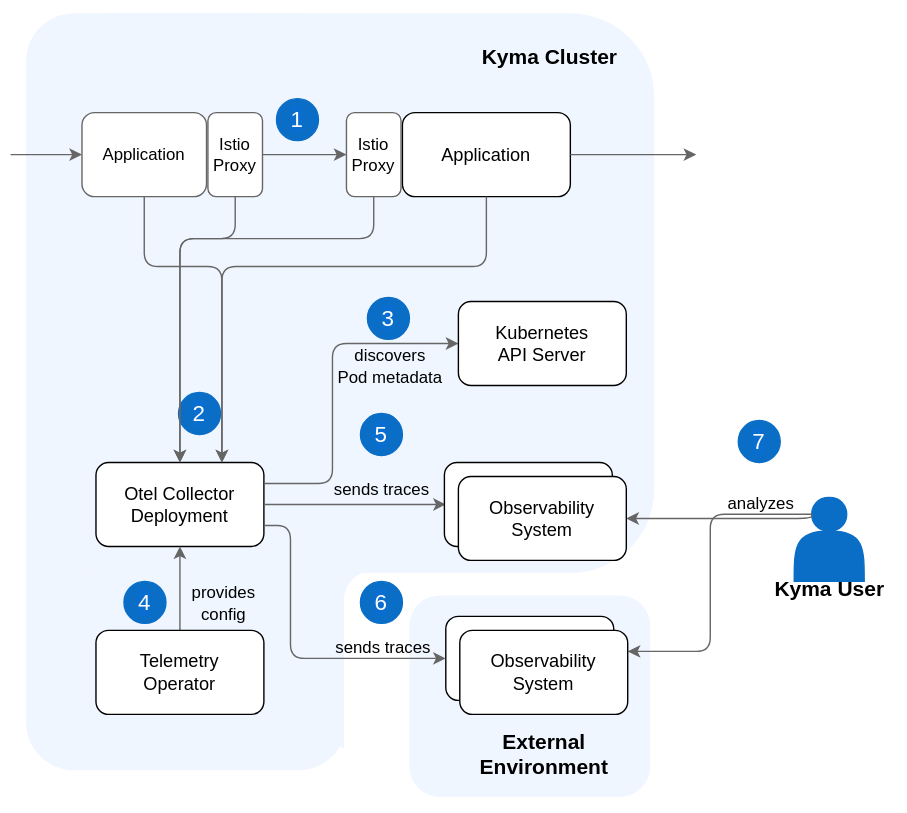
kyma-project/telemetry-manager keeps this draw.io diagram as docs/user/assets/tracing-arch.drawio.svg. Above is the earlier version. Source tidied: cells renumbered, new cells last; positions are measured from the earlier drawing's top-left corner, leaving out a move shared by most shapes.
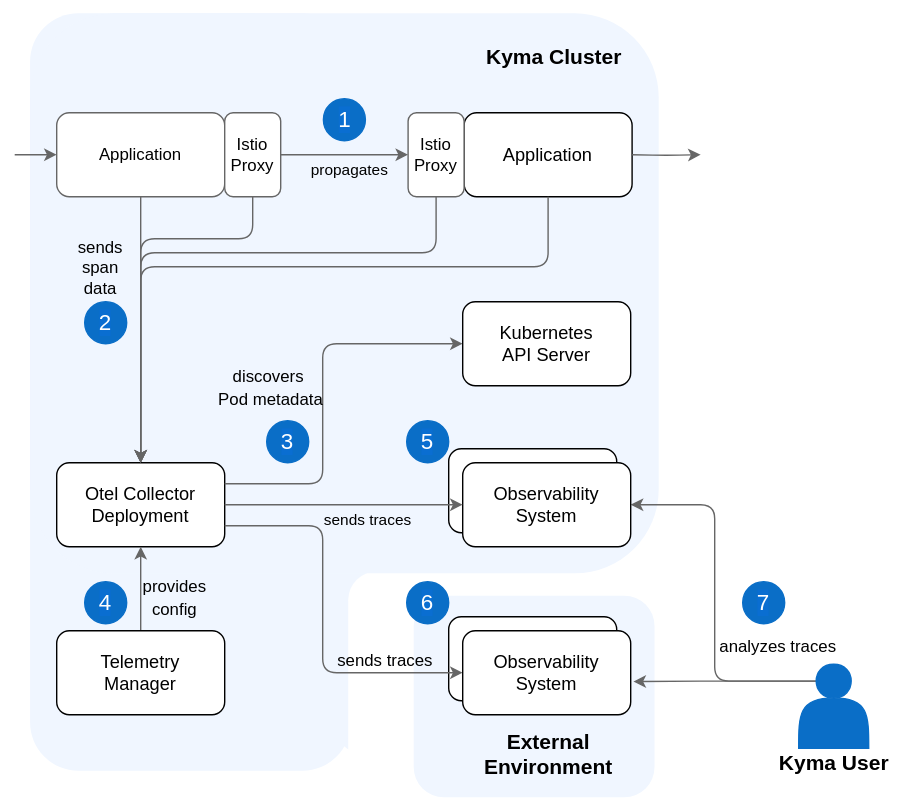
Later version of the same file.

Diff of the diagram source:
```diff
@@ -5,24 +5,21 @@
     <mxCell id="2" style="rounded=0;whiteSpace=wrap;html=1;strokeColor=none;fillColor=#FFFFFF;" parent="1" vertex="1">
-      <mxGeometry x="11" width="629" height="580" as="geometry" />
+      <mxGeometry x="-910" y="-400" width="650" height="580" as="geometry" />
     </mxCell>
     <mxCell id="3" style="rounded=1;whiteSpace=wrap;html=1;strokeColor=none;fillColor=#F0F6FF;" parent="1" vertex="1">
-      <mxGeometry x="230" y="402.5" width="118.7" height="135" as="geometry" />
+      <mxGeometry x="-670" y="2.5" width="118.7" height="135" as="geometry" />
     </mxCell>
     <mxCell id="4" style="rounded=1;whiteSpace=wrap;html=1;strokeColor=none;fillColor=#F0F6FF;" parent="1" vertex="1">
-      <mxGeometry x="11" y="9" width="229" height="541" as="geometry" />
+      <mxGeometry x="-889" y="-391" width="229" height="541" as="geometry" />
     </mxCell>
     <mxCell id="5" style="rounded=1;whiteSpace=wrap;html=1;strokeColor=none;" parent="1" vertex="1">
-      <mxGeometry x="238.2" y="407.5" width="138.3" height="150" as="geometry" />
+      <mxGeometry x="-661.8" y="7.5" width="138.3" height="150" as="geometry" />
     </mxCell>
     <mxCell id="6" style="rounded=1;whiteSpace=wrap;html=1;strokeColor=none;fillColor=#F0F6FF;" parent="1" vertex="1">
-      <mxGeometry x="11" y="9" width="449" height="400" as="geometry" />
+      <mxGeometry x="-889" y="-391" width="449" height="400" as="geometry" />
     </mxCell>
-    <mxCell id="7" value="Application" style="rounded=1;whiteSpace=wrap;html=1;fillColor=#ffffff;gradientColor=none;strokeColor=#666666;" parent="1" vertex="1">
-      <mxGeometry x="51" y="80" width="89" height="60" as="geometry" />
-    </mxCell>
     <mxCell id="8" value="Application" style="rounded=1;whiteSpace=wrap;html=1;fontSize=13;" parent="1" vertex="1">
-      <mxGeometry x="280" y="80" width="120" height="60" as="geometry" />
+      <mxGeometry x="-579" y="-320" width="120" height="60" as="geometry" />
     </mxCell>
     <mxCell id="9" value="Otel Collector&lt;br&gt;Deployment" style="rounded=1;whiteSpace=wrap;html=1;fontSize=13;" parent="1" vertex="1">
-      <mxGeometry x="61" y="330" width="120" height="60" as="geometry" />
+      <mxGeometry x="-870" y="-70" width="120" height="60" as="geometry" />
     </mxCell>
@@ -31,4 +28,4 @@
         <Array as="points">
-          <mxPoint x="230" y="345" />
-          <mxPoint x="230" y="245" />
+          <mxPoint x="-680" y="-55" />
+          <mxPoint x="-680" y="-155" />
         </Array>
@@ -36,5 +33,5 @@
     </mxCell>
-    <mxCell id="11" value="&lt;font style=&quot;font-size: 12px&quot;&gt;discovers&lt;br&gt;Pod metadata&lt;/font&gt;" style="text;html=1;align=center;verticalAlign=middle;labelBackgroundColor=none;fontSize=13;" parent="10" vertex="1">
+    <mxCell id="11" value="&lt;font style=&quot;font-size: 12px&quot;&gt;discovers&lt;br&gt;&amp;nbsp;Pod metadata&lt;/font&gt;" style="text;html=1;align=center;verticalAlign=middle;labelBackgroundColor=none;fontSize=13;" parent="10" vertex="1">
       <mxGeometry x="-0.24" y="2" relative="1" as="geometry">
-        <mxPoint x="42" y="-43" as="offset" />
+        <mxPoint x="-38" y="-37" as="offset" />
       </mxGeometry>
@@ -42,18 +39,4 @@
     <mxCell id="12" value="&lt;font style=&quot;font-size: 16px&quot;&gt;2&lt;/font&gt;" style="ellipse;whiteSpace=wrap;html=1;labelBackgroundColor=#0A6ED1;fontColor=#FFFFFF;fillColor=#0A6EC7;strokeColor=#0A6EC7;" parent="1" vertex="1">
-      <mxGeometry x="120" y="280" width="30" height="30" as="geometry" />
+      <mxGeometry x="-850" y="-185" width="30" height="30" as="geometry" />
     </mxCell>
-    <mxCell id="13" value="&lt;font style=&quot;font-size: 16px&quot;&gt;5&lt;/font&gt;" style="ellipse;whiteSpace=wrap;html=1;labelBackgroundColor=#0A6ED1;fontColor=#FFFFFF;fillColor=#0A6EC7;strokeColor=#0A6EC7;" parent="1" vertex="1">
-      <mxGeometry x="250" y="295" width="30" height="30" as="geometry" />
-    </mxCell>
-    <mxCell id="14" value="sends traces&amp;nbsp;" style="text;html=1;align=center;verticalAlign=middle;strokeColor=none;" parent="1" vertex="1">
-      <mxGeometry x="220" y="340" width="90" height="20" as="geometry" />
-    </mxCell>
-    <mxCell id="15" style="edgeStyle=orthogonalEdgeStyle;rounded=1;jettySize=auto;html=1;startArrow=none;startFill=0;endArrow=classic;endFill=1;strokeColor=#666666;exitX=1;exitY=0.5;exitDx=0;exitDy=0;entryX=0;entryY=0.5;entryDx=0;entryDy=0;" parent="1" edge="1" source="9">
-      <mxGeometry relative="1" as="geometry">
-        <mxPoint x="311" y="360" as="targetPoint" />
-        <Array as="points">
-          <mxPoint x="311" y="360" />
-        </Array>
-      </mxGeometry>
-    </mxCell>
     <mxCell id="16" style="edgeStyle=orthogonalEdgeStyle;rounded=1;jettySize=auto;html=1;startArrow=none;startFill=0;endArrow=classic;endFill=1;exitX=0.5;exitY=0;exitDx=0;exitDy=0;strokeColor=#666666;entryX=0.5;entryY=1;entryDx=0;entryDy=0;" parent="1" edge="1" source="23" target="9">
@@ -63,10 +46,10 @@
       <mxGeometry x="-0.24" y="2" relative="1" as="geometry">
-        <mxPoint x="32" y="2" as="offset" />
+        <mxPoint x="25" y="-2" as="offset" />
       </mxGeometry>
     </mxCell>
-    <mxCell id="18" style="edgeStyle=orthogonalEdgeStyle;rounded=1;jettySize=auto;html=1;startArrow=none;startFill=0;endArrow=classic;endFill=1;strokeColor=#666666;entryX=0.75;entryY=0;entryDx=0;entryDy=0;exitX=0.5;exitY=1;exitDx=0;exitDy=0;" parent="1" edge="1" source="8" target="9">
+    <mxCell id="18" style="edgeStyle=orthogonalEdgeStyle;rounded=1;jettySize=auto;html=1;startArrow=none;startFill=0;endArrow=classic;endFill=1;strokeColor=#666666;entryX=0.5;entryY=0;entryDx=0;entryDy=0;exitX=0.5;exitY=1;exitDx=0;exitDy=0;" parent="1" edge="1" source="8" target="9">
       <mxGeometry relative="1" as="geometry">
         <Array as="points">
-          <mxPoint x="340" y="190" />
-          <mxPoint x="151" y="190" />
+          <mxPoint x="-519" y="-210" />
+          <mxPoint x="-810" y="-210" />
         </Array>
@@ -74,52 +57,42 @@
     </mxCell>
+    <mxCell id="48" value="&lt;font style=&quot;font-size: 12px;&quot;&gt;sends&lt;br&gt;span&lt;br&gt;data&lt;/font&gt;" style="edgeLabel;html=1;align=center;verticalAlign=middle;labelBackgroundColor=none;" parent="18" vertex="1">
+      <mxGeometry x="0.17" y="-2" relative="1" as="geometry">
+        <mxPoint x="-89" y="2" as="offset" />
+      </mxGeometry>
+    </mxCell>
     <mxCell id="19" value="Kubernetes&lt;br&gt;API Server" style="rounded=1;whiteSpace=wrap;html=1;fontSize=13;" parent="1" vertex="1">
-      <mxGeometry x="320" y="215" width="120" height="60" as="geometry" />
+      <mxGeometry x="-580" y="-185" width="120" height="60" as="geometry" />
     </mxCell>
     <mxCell id="20" value="&lt;font style=&quot;font-size: 16px&quot;&gt;3&lt;/font&gt;" style="ellipse;whiteSpace=wrap;html=1;labelBackgroundColor=#0A6ED1;fontColor=#FFFFFF;fillColor=#0A6EC7;strokeColor=#0A6EC7;" parent="1" vertex="1">
-      <mxGeometry x="255" y="212" width="30" height="30" as="geometry" />
+      <mxGeometry x="-720" y="-100" width="30" height="30" as="geometry" />
     </mxCell>
-    <mxCell id="21" style="shape=actor;whiteSpace=wrap;html=1;fillColor=#0A6EC7;strokeColor=#0A6EC7;" parent="1" vertex="1">
-      <mxGeometry x="560" y="355" width="50" height="60" as="geometry" />
-    </mxCell>
-    <mxCell id="22" value="&lt;font style=&quot;font-size: 15px&quot;&gt;&lt;b&gt;Kyma User&lt;/b&gt;&lt;/font&gt;" style="text;html=1;align=center;verticalAlign=middle;fontSize=15;" parent="1" vertex="1">
-      <mxGeometry x="540" y="410" width="90" height="20" as="geometry" />
-    </mxCell>
-    <mxCell id="23" value="Telemetry&lt;br&gt;Operator" style="rounded=1;whiteSpace=wrap;html=1;fontSize=13;" parent="1" vertex="1">
-      <mxGeometry x="61" y="450" width="120" height="60" as="geometry" />
+    <mxCell id="23" value="Telemetry&lt;br&gt;Manager" style="rounded=1;whiteSpace=wrap;html=1;fontSize=13;" parent="1" vertex="1">
+      <mxGeometry x="-870" y="50" width="120" height="60" as="geometry" />
     </mxCell>
     <mxCell id="24" value="&lt;font style=&quot;font-size: 16px&quot;&gt;4&lt;/font&gt;" style="ellipse;whiteSpace=wrap;html=1;labelBackgroundColor=#0A6ED1;fontColor=#FFFFFF;fillColor=#0A6EC7;strokeColor=#0A6EC7;" parent="1" vertex="1">
-      <mxGeometry x="81" y="415" width="30" height="30" as="geometry" />
+      <mxGeometry x="-850" y="15" width="30" height="30" as="geometry" />
     </mxCell>
-    <mxCell id="25" value="&lt;font style=&quot;font-size: 16px&quot;&gt;6&lt;/font&gt;" style="ellipse;whiteSpace=wrap;html=1;labelBackgroundColor=#0A6ED1;fontColor=#FFFFFF;fillColor=#0A6EC7;strokeColor=#0A6EC7;" parent="1" vertex="1">
-      <mxGeometry x="250" y="415" width="30" height="30" as="geometry" />
-    </mxCell>
     <mxCell id="26" style="rounded=1;whiteSpace=wrap;html=1;strokeColor=none;fillColor=#F0F6FF;" parent="1" vertex="1">
-      <mxGeometry x="285" y="425" width="172" height="144" as="geometry" />
+      <mxGeometry x="-615" y="25" width="172" height="144" as="geometry" />
     </mxCell>
     <mxCell id="27" value="Observability&lt;br&gt;System" style="rounded=1;whiteSpace=wrap;html=1;fontSize=13;" parent="1" vertex="1">
-      <mxGeometry x="311" y="440" width="120" height="60" as="geometry" />
+      <mxGeometry x="-590" y="40" width="120" height="60" as="geometry" />
     </mxCell>
-    <mxCell id="28" style="edgeStyle=orthogonalEdgeStyle;rounded=1;jettySize=auto;html=1;strokeColor=#666666;entryX=1;entryY=0.25;entryDx=0;entryDy=0;exitX=0.25;exitY=0.2;exitDx=0;exitDy=0;exitPerimeter=0;" parent="1" edge="1" source="21" target="36">
-      <mxGeometry relative="1" as="geometry">
-        <Array as="points">
-          <mxPoint x="500" y="367" />
-          <mxPoint x="500" y="465" />
-        </Array>
-      </mxGeometry>
+    <mxCell id="28" style="edgeStyle=orthogonalEdgeStyle;rounded=1;jettySize=auto;html=1;strokeColor=#666666;entryX=1.016;entryY=0.605;entryDx=0;entryDy=0;exitX=0.25;exitY=0.2;exitDx=0;exitDy=0;exitPerimeter=0;entryPerimeter=0;" parent="1" edge="1" source="21" target="36">
+      <mxGeometry relative="1" as="geometry" />
     </mxCell>
     <mxCell id="29" value="&lt;font style=&quot;font-size: 15px&quot;&gt;&lt;b&gt;Kyma Cluster&lt;/b&gt;&lt;/font&gt;" style="text;html=1;align=center;verticalAlign=middle;" parent="1" vertex="1">
-      <mxGeometry x="330" y="30" width="110" height="20" as="geometry" />
+      <mxGeometry x="-570" y="-370" width="110" height="20" as="geometry" />
     </mxCell>
     <mxCell id="30" value="&lt;font style=&quot;font-size: 15px&quot;&gt;&lt;b&gt;External&lt;br&gt;Environment&lt;/b&gt;&lt;/font&gt;" style="text;html=1;align=center;verticalAlign=middle;" parent="1" vertex="1">
-      <mxGeometry x="326" y="517.5" width="110" height="40" as="geometry" />
+      <mxGeometry x="-574" y="117.5" width="110" height="40" as="geometry" />
     </mxCell>
     <mxCell id="31" value="&lt;font style=&quot;font-size: 16px&quot;&gt;7&lt;/font&gt;" style="ellipse;whiteSpace=wrap;html=1;labelBackgroundColor=#0A6ED1;fontColor=#FFFFFF;fillColor=#0A6EC7;strokeColor=#0A6EC7;" parent="1" vertex="1">
-      <mxGeometry x="520" y="300" width="30" height="30" as="geometry" />
+      <mxGeometry x="-380" y="15" width="30" height="30" as="geometry" />
     </mxCell>
-    <mxCell id="32" style="edgeStyle=orthogonalEdgeStyle;rounded=1;jettySize=auto;html=1;startArrow=none;startFill=0;endArrow=classic;endFill=1;exitX=1;exitY=0.75;exitDx=0;exitDy=0;strokeColor=#666666;entryX=0;entryY=0.5;entryDx=0;entryDy=0;" parent="1" edge="1" target="27">
+    <mxCell id="32" style="edgeStyle=orthogonalEdgeStyle;rounded=1;jettySize=auto;html=1;startArrow=none;startFill=0;endArrow=classic;endFill=1;exitX=1;exitY=0.75;exitDx=0;exitDy=0;strokeColor=#666666;entryX=0;entryY=0.5;entryDx=0;entryDy=0;" parent="1" edge="1" source="9" target="36">
       <mxGeometry relative="1" as="geometry">
-        <mxPoint x="181" y="375" as="sourcePoint" />
         <Array as="points">
-          <mxPoint x="200" y="375" />
-          <mxPoint x="200" y="470" />
+          <mxPoint x="-680" y="-25" />
+          <mxPoint x="-680" y="80" />
         </Array>
@@ -129,3 +102,3 @@
       <mxGeometry x="-0.24" y="2" relative="1" as="geometry">
-        <mxPoint x="63" y="19" as="offset" />
+        <mxPoint x="43" y="60" as="offset" />
       </mxGeometry>
@@ -135,3 +108,4 @@
         <Array as="points">
-          <mxPoint x="573" y="370" />
+          <mxPoint x="-400" y="86" />
+          <mxPoint x="-400" y="-40" />
         </Array>
@@ -139,5 +113,5 @@
     </mxCell>
-    <mxCell id="35" value="&lt;span style=&quot;font-size: 12px;&quot;&gt;analyzes&lt;/span&gt;" style="text;html=1;align=center;verticalAlign=middle;labelBackgroundColor=none;fontSize=13;" parent="34" vertex="1">
+    <mxCell id="35" value="&lt;span style=&quot;font-size: 12px;&quot;&gt;analyzes traces&lt;/span&gt;" style="text;html=1;align=center;verticalAlign=middle;labelBackgroundColor=none;fontSize=13;" parent="34" vertex="1">
       <mxGeometry x="-0.24" y="2" relative="1" as="geometry">
-        <mxPoint x="12" y="-14" as="offset" />
+        <mxPoint x="46" y="1" as="offset" />
       </mxGeometry>
@@ -145,9 +119,9 @@
     <mxCell id="36" value="Observability&lt;br&gt;System" style="rounded=1;whiteSpace=wrap;html=1;fontSize=13;" parent="1" vertex="1">
-      <mxGeometry x="321" y="450" width="120" height="60" as="geometry" />
+      <mxGeometry x="-580" y="50" width="120" height="60" as="geometry" />
     </mxCell>
     <mxCell id="37" value="Observability&lt;br&gt;System" style="rounded=1;whiteSpace=wrap;html=1;fontSize=13;" parent="1" vertex="1">
-      <mxGeometry x="310" y="330" width="120" height="60" as="geometry" />
+      <mxGeometry x="-590" y="-80" width="120" height="60" as="geometry" />
     </mxCell>
     <mxCell id="38" value="Observability&lt;br&gt;System" style="rounded=1;whiteSpace=wrap;html=1;fontSize=13;" parent="1" vertex="1">
-      <mxGeometry x="320" y="340" width="120" height="60" as="geometry" />
+      <mxGeometry x="-580" y="-70" width="120" height="60" as="geometry" />
     </mxCell>
@@ -155,28 +129,26 @@
       <mxGeometry relative="1" as="geometry">
-        <mxPoint y="110" as="targetPoint" />
+        <mxPoint x="-900" y="-290" as="targetPoint" />
       </mxGeometry>
     </mxCell>
-    <mxCell id="40" value="Istio&lt;br&gt;Proxy" style="rounded=1;whiteSpace=wrap;html=1;fillColor=#ffffff;gradientColor=none;strokeColor=#666666;" parent="1" vertex="1">
-      <mxGeometry x="141" y="80" width="39" height="60" as="geometry" />
-    </mxCell>
     <mxCell id="41" value="Istio&lt;br&gt;Proxy" style="rounded=1;whiteSpace=wrap;html=1;fillColor=#ffffff;gradientColor=none;strokeColor=#666666;" parent="1" vertex="1">
-      <mxGeometry x="240" y="80" width="39" height="60" as="geometry" />
+      <mxGeometry x="-619" y="-320" width="40" height="60" as="geometry" />
     </mxCell>
-    <mxCell id="42" style="edgeStyle=orthogonalEdgeStyle;rounded=1;jettySize=auto;html=1;startArrow=classic;startFill=1;endArrow=none;endFill=0;strokeColor=#666666;exitX=0;exitY=0.5;exitDx=0;exitDy=0;" parent="1" edge="1" source="41">
-      <mxGeometry relative="1" as="geometry">
-        <mxPoint x="180" y="110" as="targetPoint" />
-      </mxGeometry>
+    <mxCell id="42" style="edgeStyle=orthogonalEdgeStyle;rounded=1;jettySize=auto;html=1;startArrow=classic;startFill=1;endArrow=none;endFill=0;strokeColor=#666666;exitX=0;exitY=0.5;exitDx=0;exitDy=0;entryX=1;entryY=0.5;entryDx=0;entryDy=0;" parent="1" edge="1" source="41" target="40">
+      <mxGeometry relative="1" as="geometry" />
     </mxCell>
+    <mxCell id="49" value="propagates" style="edgeLabel;html=1;align=center;verticalAlign=middle;labelBackgroundColor=none;" parent="42" vertex="1">
+      <mxGeometry x="-0.07" relative="1" as="geometry">
+        <mxPoint x="-1" y="10" as="offset" />
+      </mxGeometry>
+    </mxCell>
     <mxCell id="43" style="edgeStyle=orthogonalEdgeStyle;rounded=1;jettySize=auto;html=1;startArrow=classic;startFill=1;endArrow=none;endFill=0;strokeColor=#666666;entryX=1;entryY=0.5;entryDx=0;entryDy=0;" parent="1" edge="1" target="8">
       <mxGeometry relative="1" as="geometry">
-        <mxPoint x="490" y="110" as="sourcePoint" />
+        <mxPoint x="-410" y="-290" as="sourcePoint" />
       </mxGeometry>
     </mxCell>
-    <mxCell id="44" style="edgeStyle=orthogonalEdgeStyle;rounded=1;jettySize=auto;html=1;startArrow=none;startFill=0;endArrow=classic;endFill=1;strokeColor=#666666;exitX=0.5;exitY=1;exitDx=0;exitDy=0;" parent="1" edge="1" source="41">
+    <mxCell id="44" style="edgeStyle=orthogonalEdgeStyle;rounded=1;jettySize=auto;html=1;startArrow=none;startFill=0;endArrow=classic;endFill=1;strokeColor=#666666;exitX=0.5;exitY=1;exitDx=0;exitDy=0;entryX=0.5;entryY=0;entryDx=0;entryDy=0;" parent="1" edge="1" source="41" target="9">
       <mxGeometry relative="1" as="geometry">
-        <mxPoint x="121" y="330" as="targetPoint" />
         <Array as="points">
-          <mxPoint x="260" y="170" />
-          <mxPoint x="121" y="170" />
-          <mxPoint x="121" y="330" />
+          <mxPoint x="-599" y="-220" />
+          <mxPoint x="-810" y="-220" />
         </Array>
@@ -187,4 +159,4 @@
         <Array as="points">
-          <mxPoint x="161" y="170" />
-          <mxPoint x="121" y="170" />
+          <mxPoint x="-730" y="-230" />
+          <mxPoint x="-810" y="-230" />
         </Array>
@@ -192,7 +164,7 @@
     </mxCell>
-    <mxCell id="46" style="edgeStyle=orthogonalEdgeStyle;rounded=1;jettySize=auto;html=1;startArrow=none;startFill=0;endArrow=classic;endFill=1;strokeColor=#666666;entryX=0.75;entryY=0;entryDx=0;entryDy=0;exitX=0.5;exitY=1;exitDx=0;exitDy=0;" parent="1" edge="1" source="7" target="9">
+    <mxCell id="46" style="edgeStyle=orthogonalEdgeStyle;rounded=1;jettySize=auto;html=1;startArrow=none;startFill=0;endArrow=classic;endFill=1;strokeColor=#666666;entryX=0.5;entryY=0;entryDx=0;entryDy=0;exitX=0.5;exitY=1;exitDx=0;exitDy=0;" parent="1" edge="1" source="7" target="9">
       <mxGeometry relative="1" as="geometry">
         <Array as="points">
-          <mxPoint x="96" y="190" />
-          <mxPoint x="151" y="190" />
+          <mxPoint x="-810" y="-210" />
+          <mxPoint x="-810" y="-210" />
         </Array>
@@ -201,4 +173,33 @@
     <mxCell id="47" value="&lt;font style=&quot;font-size: 16px&quot;&gt;1&lt;/font&gt;" style="ellipse;whiteSpace=wrap;html=1;labelBackgroundColor=#0A6ED1;fontColor=#FFFFFF;fillColor=#0A6EC7;strokeColor=#0A6EC7;" parent="1" vertex="1">
-      <mxGeometry x="190" y="70" width="30" height="30" as="geometry" />
+      <mxGeometry x="-679.5" y="-330" width="30" height="30" as="geometry" />
     </mxCell>
+    <mxCell id="7" value="Application" style="rounded=1;whiteSpace=wrap;html=1;fillColor=#ffffff;gradientColor=none;strokeColor=#666666;" parent="1" vertex="1">
+      <mxGeometry x="-870" y="-320" width="120" height="60" as="geometry" />
+    </mxCell>
+    <mxCell id="40" value="Istio&lt;br&gt;Proxy" style="rounded=1;whiteSpace=wrap;html=1;fillColor=#ffffff;gradientColor=none;strokeColor=#666666;" parent="1" vertex="1">
+      <mxGeometry x="-750" y="-320" width="40" height="60" as="geometry" />
+    </mxCell>
+    <mxCell id="25" value="&lt;font style=&quot;font-size: 16px&quot;&gt;6&lt;/font&gt;" style="ellipse;whiteSpace=wrap;html=1;labelBackgroundColor=#0A6ED1;fontColor=#FFFFFF;fillColor=#0A6EC7;strokeColor=#0A6EC7;" parent="1" vertex="1">
+      <mxGeometry x="-620" y="15" width="30" height="30" as="geometry" />
+    </mxCell>
+    <mxCell id="15" style="edgeStyle=orthogonalEdgeStyle;rounded=1;jettySize=auto;html=1;startArrow=none;startFill=0;endArrow=classic;endFill=1;strokeColor=#666666;exitX=1;exitY=0.5;exitDx=0;exitDy=0;entryX=0;entryY=0.5;entryDx=0;entryDy=0;" parent="1" edge="1" source="9" target="38">
+      <mxGeometry relative="1" as="geometry" />
+    </mxCell>
+    <mxCell id="14" value="sends traces" style="edgeLabel;html=1;align=center;verticalAlign=middle;labelBackgroundColor=none;" parent="15" vertex="1">
+      <mxGeometry x="0.11" y="-2" relative="1" as="geometry">
+        <mxPoint x="6" y="8" as="offset" />
+      </mxGeometry>
+    </mxCell>
+    <mxCell id="50" style="group;" parent="1" vertex="1">
+      <mxGeometry x="-360" y="74" width="90" height="80" as="geometry" />
+    </mxCell>
+    <mxCell id="21" style="shape=actor;whiteSpace=wrap;html=1;fillColor=#0A6EC7;strokeColor=#0A6EC7;" parent="50" vertex="1">
+      <mxGeometry x="20" width="50" height="60" as="geometry" />
+    </mxCell>
+    <mxCell id="22" value="&lt;font style=&quot;font-size: 15px&quot;&gt;&lt;b&gt;Kyma User&lt;/b&gt;&lt;/font&gt;" style="text;html=1;align=center;verticalAlign=middle;fontSize=15;" parent="50" vertex="1">
+      <mxGeometry y="60" width="90" height="20" as="geometry" />
+    </mxCell>
+    <mxCell id="13" value="&lt;font style=&quot;font-size: 16px&quot;&gt;5&lt;/font&gt;" style="ellipse;whiteSpace=wrap;html=1;labelBackgroundColor=#0A6ED1;fontColor=#FFFFFF;fillColor=#0A6EC7;strokeColor=#0A6EC7;" parent="1" vertex="1">
+      <mxGeometry x="-620" y="-100" width="30" height="30" as="geometry" />
+    </mxCell>
   </root>
```
